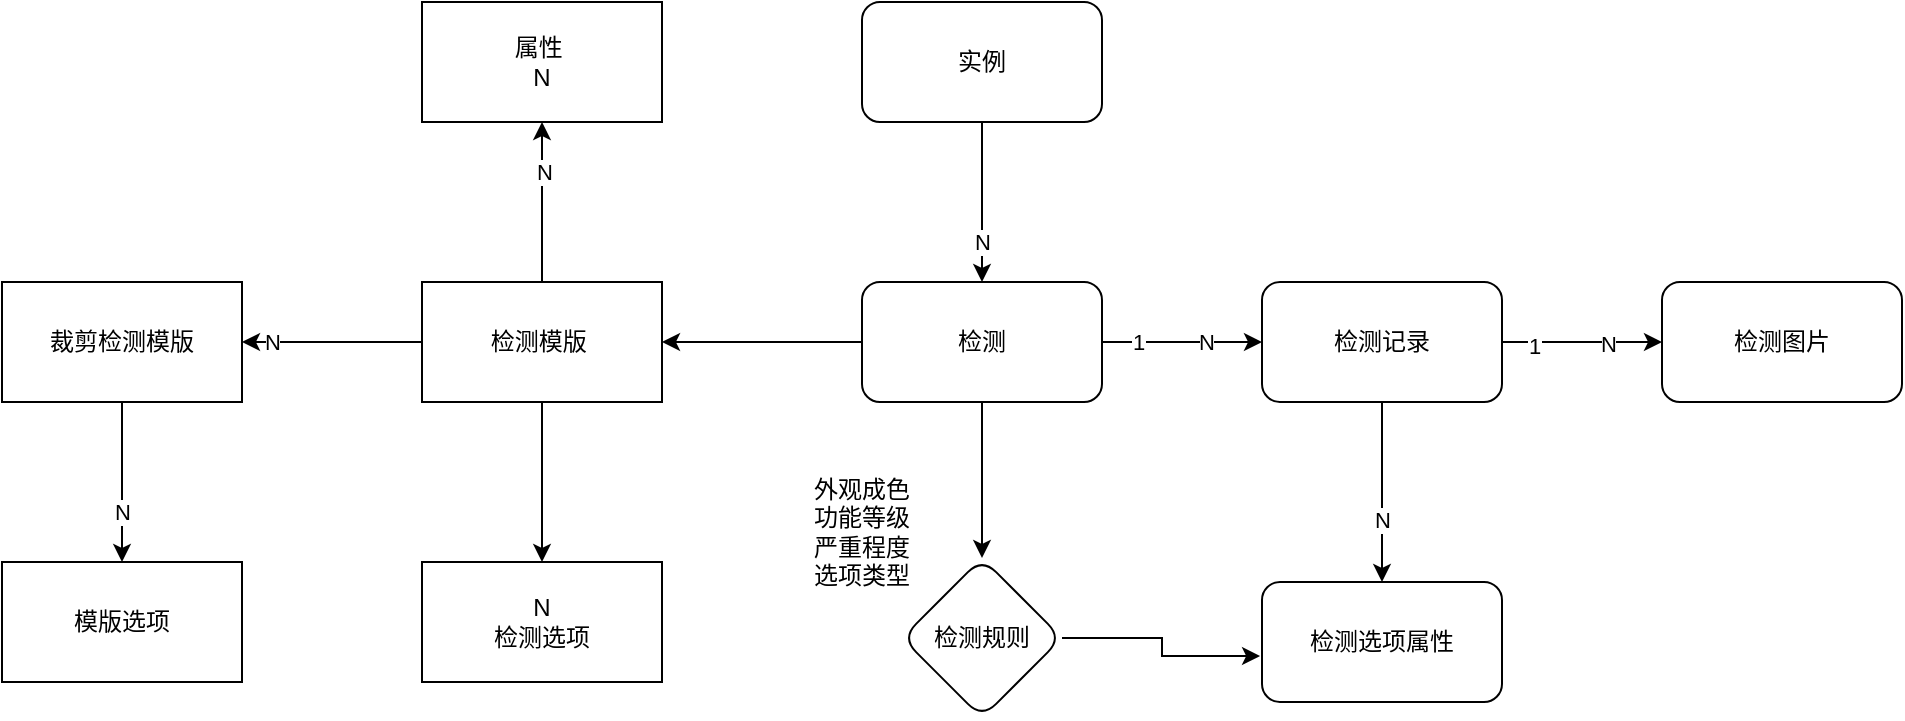
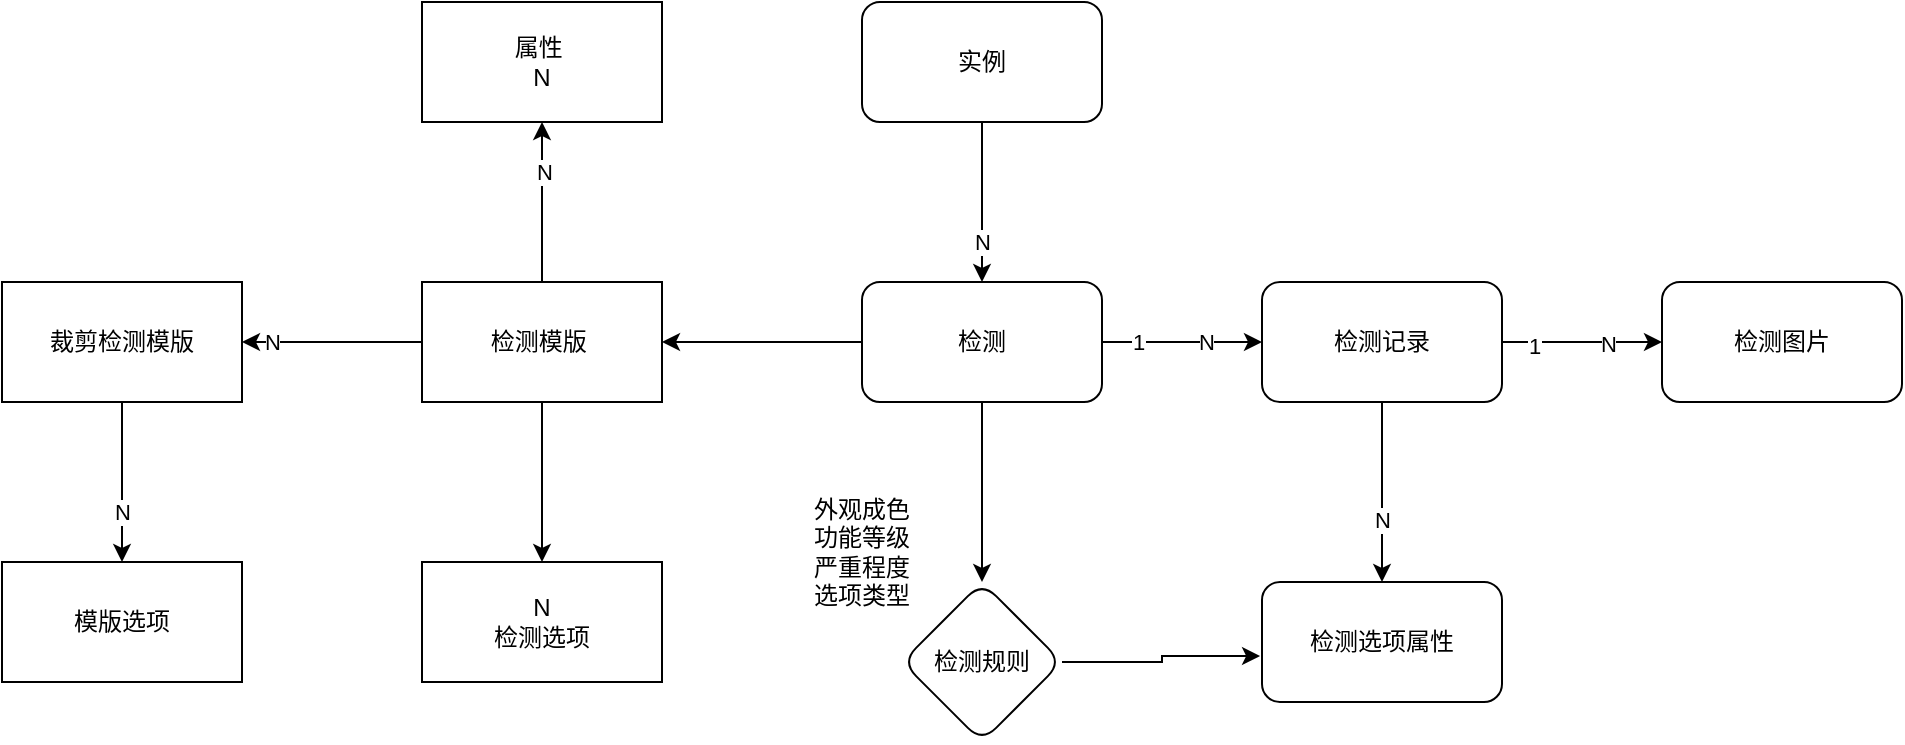
<mxfile host="app.diagrams.net">
  <diagram name="第 1 页" id="LA-jy7n6BKZQzUcaMMq-">
    <mxGraphModel dx="2072" dy="723" grid="1" gridSize="10" guides="1" tooltips="1" connect="1" arrows="1" fold="1" page="1" pageScale="1" pageWidth="827" pageHeight="1169" math="0" shadow="0">
      <root>
        <mxCell id="0" />
        <mxCell id="1" parent="0" />
        <mxCell id="AmzQcyvE6vDkLWidxVXR-7" edge="1" parent="1" source="AmzQcyvE6vDkLWidxVXR-1" style="edgeStyle=orthogonalEdgeStyle;rounded=0;orthogonalLoop=1;jettySize=auto;html=1;" target="AmzQcyvE6vDkLWidxVXR-6" value="">
          <mxGeometry relative="1" as="geometry" />
        </mxCell>
        <mxCell id="yKbhPn4r4hcxx-XKSXkL-19" connectable="0" parent="AmzQcyvE6vDkLWidxVXR-7" style="edgeLabel;html=1;align=center;verticalAlign=middle;resizable=0;points=[];" value="N" vertex="1">
          <mxGeometry relative="1" x="0.375" y="-1" as="geometry">
            <mxPoint as="offset" />
          </mxGeometry>
        </mxCell>
        <mxCell id="AmzQcyvE6vDkLWidxVXR-9" edge="1" parent="1" source="AmzQcyvE6vDkLWidxVXR-1" style="edgeStyle=orthogonalEdgeStyle;rounded=0;orthogonalLoop=1;jettySize=auto;html=1;" target="AmzQcyvE6vDkLWidxVXR-8" value="">
          <mxGeometry relative="1" as="geometry" />
        </mxCell>
        <mxCell id="yKbhPn4r4hcxx-XKSXkL-20" connectable="0" parent="AmzQcyvE6vDkLWidxVXR-9" style="edgeLabel;html=1;align=center;verticalAlign=middle;resizable=0;points=[];" value="N" vertex="1">
          <mxGeometry relative="1" x="0.6667" as="geometry">
            <mxPoint as="offset" />
          </mxGeometry>
        </mxCell>
        <mxCell id="yKbhPn4r4hcxx-XKSXkL-2" edge="1" parent="1" source="AmzQcyvE6vDkLWidxVXR-1" style="edgeStyle=orthogonalEdgeStyle;rounded=0;orthogonalLoop=1;jettySize=auto;html=1;" target="yKbhPn4r4hcxx-XKSXkL-1" value="">
          <mxGeometry relative="1" as="geometry" />
        </mxCell>
        <mxCell id="AmzQcyvE6vDkLWidxVXR-1" parent="1" style="rounded=0;whiteSpace=wrap;html=1;" value="检测模版&amp;nbsp;" vertex="1">
          <mxGeometry height="60" width="120" x="60" y="300" as="geometry" />
        </mxCell>
        <mxCell id="AmzQcyvE6vDkLWidxVXR-6" parent="1" style="whiteSpace=wrap;html=1;rounded=0;" value="属性&amp;nbsp;&lt;br&gt;N" vertex="1">
          <mxGeometry height="60" width="120" x="60" y="160" as="geometry" />
        </mxCell>
        <mxCell id="yKbhPn4r4hcxx-XKSXkL-22" edge="1" parent="1" source="AmzQcyvE6vDkLWidxVXR-8" style="edgeStyle=orthogonalEdgeStyle;rounded=0;orthogonalLoop=1;jettySize=auto;html=1;" target="yKbhPn4r4hcxx-XKSXkL-21" value="">
          <mxGeometry relative="1" as="geometry" />
        </mxCell>
        <mxCell id="yKbhPn4r4hcxx-XKSXkL-23" connectable="0" parent="yKbhPn4r4hcxx-XKSXkL-22" style="edgeLabel;html=1;align=center;verticalAlign=middle;resizable=0;points=[];" value="N" vertex="1">
          <mxGeometry relative="1" x="0.375" as="geometry">
            <mxPoint as="offset" />
          </mxGeometry>
        </mxCell>
        <mxCell id="AmzQcyvE6vDkLWidxVXR-8" parent="1" style="whiteSpace=wrap;html=1;rounded=0;" value="裁剪检测模版" vertex="1">
          <mxGeometry height="60" width="120" x="-150" y="300" as="geometry" />
        </mxCell>
        <mxCell id="yKbhPn4r4hcxx-XKSXkL-1" parent="1" style="whiteSpace=wrap;html=1;rounded=0;" value="N&lt;br&gt;检测选项" vertex="1">
          <mxGeometry height="60" width="120" x="60" y="440" as="geometry" />
        </mxCell>
        <mxCell id="yKbhPn4r4hcxx-XKSXkL-5" edge="1" parent="1" source="yKbhPn4r4hcxx-XKSXkL-3" style="edgeStyle=orthogonalEdgeStyle;rounded=0;orthogonalLoop=1;jettySize=auto;html=1;" target="yKbhPn4r4hcxx-XKSXkL-4" value="">
          <mxGeometry relative="1" as="geometry" />
        </mxCell>
        <mxCell id="yKbhPn4r4hcxx-XKSXkL-17" connectable="0" parent="yKbhPn4r4hcxx-XKSXkL-5" style="edgeLabel;html=1;align=center;verticalAlign=middle;resizable=0;points=[];" value="N" vertex="1">
          <mxGeometry relative="1" x="0.3625" y="3" as="geometry">
            <mxPoint x="-3" y="5" as="offset" />
          </mxGeometry>
        </mxCell>
        <mxCell id="yKbhPn4r4hcxx-XKSXkL-3" parent="1" style="rounded=1;whiteSpace=wrap;html=1;" value="实例" vertex="1">
          <mxGeometry height="60" width="120" x="280" y="160" as="geometry" />
        </mxCell>
        <mxCell id="yKbhPn4r4hcxx-XKSXkL-7" edge="1" parent="1" source="yKbhPn4r4hcxx-XKSXkL-4" style="edgeStyle=orthogonalEdgeStyle;rounded=0;orthogonalLoop=1;jettySize=auto;html=1;" target="AmzQcyvE6vDkLWidxVXR-1" value="">
          <mxGeometry relative="1" as="geometry" />
        </mxCell>
        <mxCell id="yKbhPn4r4hcxx-XKSXkL-9" edge="1" parent="1" source="yKbhPn4r4hcxx-XKSXkL-4" style="edgeStyle=orthogonalEdgeStyle;rounded=0;orthogonalLoop=1;jettySize=auto;html=1;" target="yKbhPn4r4hcxx-XKSXkL-8" value="">
          <mxGeometry relative="1" as="geometry" />
        </mxCell>
        <mxCell id="yKbhPn4r4hcxx-XKSXkL-12" connectable="0" parent="yKbhPn4r4hcxx-XKSXkL-9" style="edgeLabel;html=1;align=center;verticalAlign=middle;resizable=0;points=[];" value="N" vertex="1">
          <mxGeometry relative="1" x="0.3" y="1" as="geometry">
            <mxPoint y="1" as="offset" />
          </mxGeometry>
        </mxCell>
        <mxCell id="yKbhPn4r4hcxx-XKSXkL-14" connectable="0" parent="yKbhPn4r4hcxx-XKSXkL-9" style="edgeLabel;html=1;align=center;verticalAlign=middle;resizable=0;points=[];" value="1" vertex="1">
          <mxGeometry relative="1" x="-0.55" y="1" as="geometry">
            <mxPoint y="1" as="offset" />
          </mxGeometry>
        </mxCell>
        <mxCell id="yKbhPn4r4hcxx-XKSXkL-28" edge="1" parent="1" source="yKbhPn4r4hcxx-XKSXkL-4" style="edgeStyle=orthogonalEdgeStyle;rounded=0;orthogonalLoop=1;jettySize=auto;html=1;" target="yKbhPn4r4hcxx-XKSXkL-27" value="">
          <mxGeometry relative="1" as="geometry" />
        </mxCell>
        <mxCell id="yKbhPn4r4hcxx-XKSXkL-4" parent="1" style="whiteSpace=wrap;html=1;rounded=1;" value="检测" vertex="1">
          <mxGeometry height="60" width="120" x="280" y="300" as="geometry" />
        </mxCell>
        <mxCell id="yKbhPn4r4hcxx-XKSXkL-11" edge="1" parent="1" source="yKbhPn4r4hcxx-XKSXkL-8" style="edgeStyle=orthogonalEdgeStyle;rounded=0;orthogonalLoop=1;jettySize=auto;html=1;" target="yKbhPn4r4hcxx-XKSXkL-10" value="">
          <mxGeometry relative="1" as="geometry" />
        </mxCell>
        <mxCell id="yKbhPn4r4hcxx-XKSXkL-15" connectable="0" parent="yKbhPn4r4hcxx-XKSXkL-11" style="edgeLabel;html=1;align=center;verticalAlign=middle;resizable=0;points=[];" value="1" vertex="1">
          <mxGeometry relative="1" x="-0.6" y="-1" as="geometry">
            <mxPoint y="1" as="offset" />
          </mxGeometry>
        </mxCell>
        <mxCell id="yKbhPn4r4hcxx-XKSXkL-16" connectable="0" parent="yKbhPn4r4hcxx-XKSXkL-11" style="edgeLabel;html=1;align=center;verticalAlign=middle;resizable=0;points=[];" value="N" vertex="1">
          <mxGeometry relative="1" x="0.325" as="geometry">
            <mxPoint y="1" as="offset" />
          </mxGeometry>
        </mxCell>
        <mxCell id="yKbhPn4r4hcxx-XKSXkL-36" edge="1" parent="1" source="yKbhPn4r4hcxx-XKSXkL-8" style="edgeStyle=orthogonalEdgeStyle;rounded=0;orthogonalLoop=1;jettySize=auto;html=1;" target="yKbhPn4r4hcxx-XKSXkL-30">
          <mxGeometry relative="1" as="geometry" />
        </mxCell>
        <mxCell id="yKbhPn4r4hcxx-XKSXkL-37" connectable="0" parent="yKbhPn4r4hcxx-XKSXkL-36" style="edgeLabel;html=1;align=center;verticalAlign=middle;resizable=0;points=[];" value="N" vertex="1">
          <mxGeometry relative="1" x="0.3111" as="geometry">
            <mxPoint as="offset" />
          </mxGeometry>
        </mxCell>
        <mxCell id="yKbhPn4r4hcxx-XKSXkL-8" parent="1" style="whiteSpace=wrap;html=1;rounded=1;" value="检测记录" vertex="1">
          <mxGeometry height="60" width="120" x="480" y="300" as="geometry" />
        </mxCell>
        <mxCell id="yKbhPn4r4hcxx-XKSXkL-10" parent="1" style="whiteSpace=wrap;html=1;rounded=1;" value="检测图片" vertex="1">
          <mxGeometry height="60" width="120" x="680" y="300" as="geometry" />
        </mxCell>
        <mxCell id="yKbhPn4r4hcxx-XKSXkL-21" parent="1" style="whiteSpace=wrap;html=1;rounded=0;" value="模版选项" vertex="1">
          <mxGeometry height="60" width="120" x="-150" y="440" as="geometry" />
        </mxCell>
        <mxCell id="yKbhPn4r4hcxx-XKSXkL-26" parent="1" style="text;html=1;whiteSpace=wrap;strokeColor=none;fillColor=none;align=center;verticalAlign=middle;rounded=0;" value="外观成色&lt;div&gt;功能等级&lt;/div&gt;&lt;div&gt;严重程度&lt;/div&gt;&lt;div&gt;选项类型&lt;/div&gt;" vertex="1">
-           <mxGeometry height="70" width="160" x="200" y="390" as="geometry" />
+           <mxGeometry height="70" width="160" x="200" y="400" as="geometry" />
        </mxCell>
        <mxCell id="yKbhPn4r4hcxx-XKSXkL-27" parent="1" style="rhombus;whiteSpace=wrap;html=1;rounded=1;" value="检测规则" vertex="1">
-           <mxGeometry height="80" width="80" x="300" y="438" as="geometry" />
+           <mxGeometry height="80" width="80" x="300" y="450" as="geometry" />
        </mxCell>
        <mxCell id="yKbhPn4r4hcxx-XKSXkL-30" parent="1" style="whiteSpace=wrap;html=1;rounded=1;" value="检测选项属性" vertex="1">
          <mxGeometry height="60" width="120" x="480" y="450" as="geometry" />
        </mxCell>
        <mxCell id="yKbhPn4r4hcxx-XKSXkL-35" edge="1" parent="1" source="yKbhPn4r4hcxx-XKSXkL-27" style="edgeStyle=orthogonalEdgeStyle;rounded=0;orthogonalLoop=1;jettySize=auto;html=1;entryX=-0.008;entryY=0.617;entryDx=0;entryDy=0;entryPerimeter=0;" target="yKbhPn4r4hcxx-XKSXkL-30">
          <mxGeometry relative="1" as="geometry" />
        </mxCell>
      </root>
    </mxGraphModel>
  </diagram>
</mxfile>
